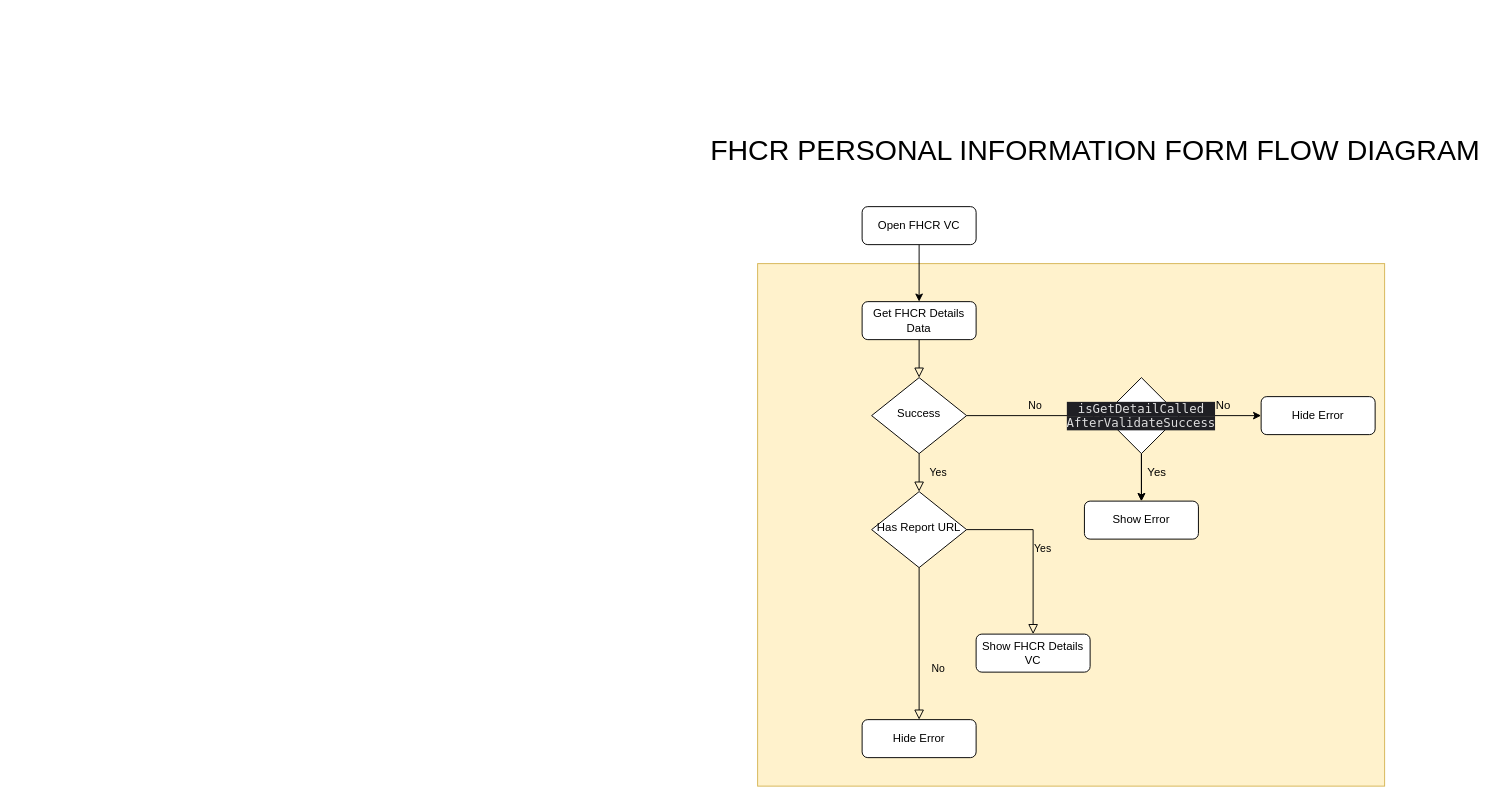
Above: FHCRFlowDiagram.drawio in amit2908/Notes (draw.io), before the change. Source tidied: cells renumbered, new cells numbered last; positions are measured from the earlier drawing's top-left corner, leaving out a move shared by most shapes. Both pictures are drawn from the tidied source at 95%, with x=0, y=0 at pixel (700, 130).
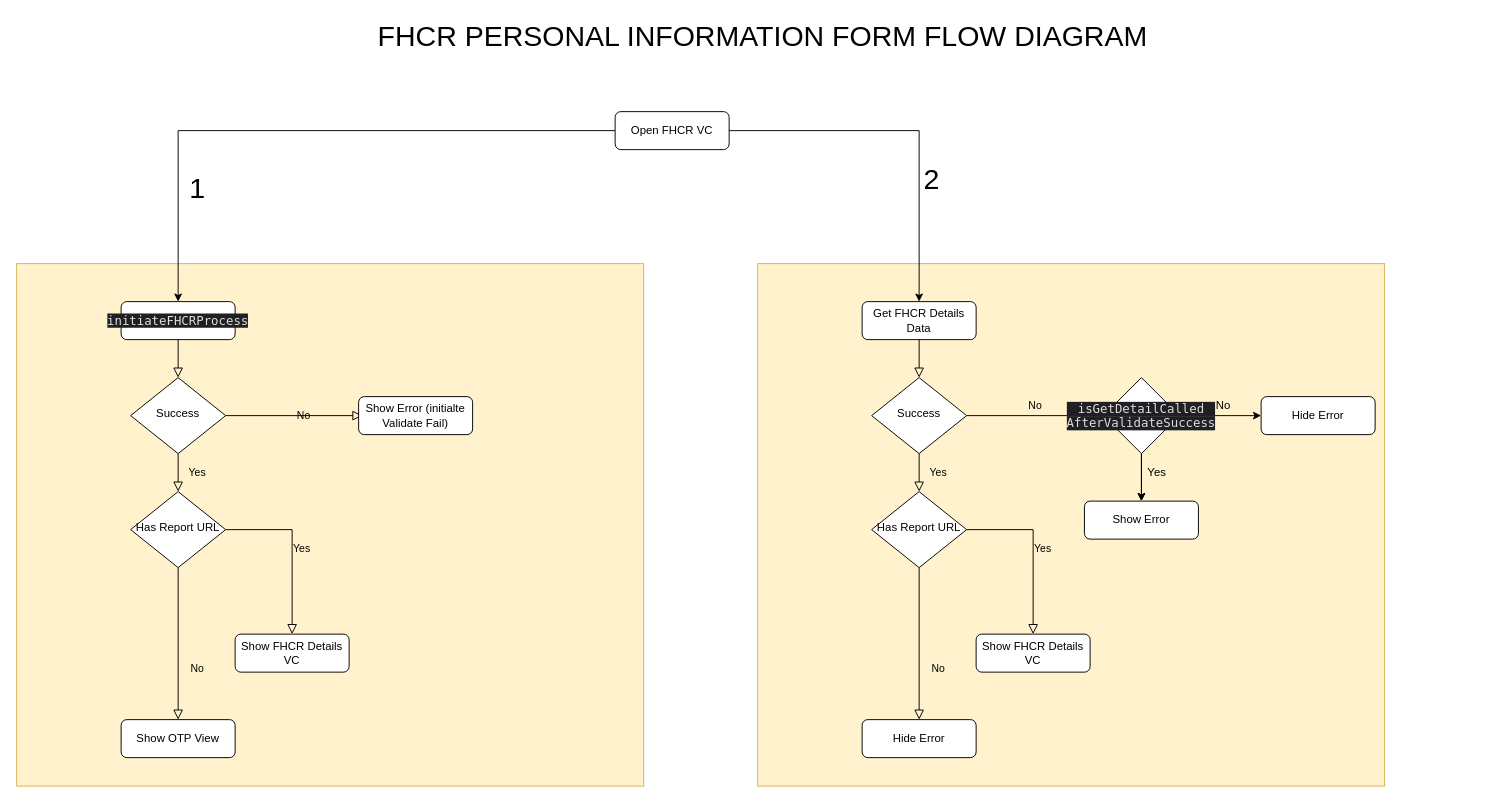
The same page after the edit.

The change refers to these unchanged cells:
```xml
<mxCell id="14" value="Get FHCR Details Data" style="rounded=1;whiteSpace=wrap;html=1;fontSize=12;glass=0;strokeWidth=1;shadow=0;" parent="1" vertex="1">
  <mxGeometry x="170" y="180" width="120" height="40" as="geometry" />
</mxCell>
```

Diff of the diagram source:
```diff
@@
-    <mxCell id="4" style="edgeStyle=orthogonalEdgeStyle;rounded=0;jettySize=auto;html=1;" parent="1" edge="1" source="5" target="14">
+    <mxCell id="4" style="edgeStyle=orthogonalEdgeStyle;rounded=0;jettySize=auto;html=1;exitX=1;exitY=0.5;exitDx=0;exitDy=0;" parent="1" edge="1" source="5" target="14">
       <mxGeometry relative="1" as="geometry" />
     </mxCell>
-    <mxCell id="5" value="Open FHCR VC" style="rounded=1;whiteSpace=wrap;html=1;fontSize=12;glass=0;strokeWidth=1;shadow=0;" parent="1" vertex="1">
-      <mxGeometry x="170" y="80" width="120" height="40" as="geometry" />
-    </mxCell>
@@
     <mxCell id="23" value="FHCR PERSONAL INFORMATION FORM FLOW DIAGRAM" style="text;html=1;align=center;verticalAlign=middle;fontSize=30;" parent="1" vertex="1">
-      <mxGeometry width="830" height="40" as="geometry" />
+      <mxGeometry x="-350" y="-120" width="830" height="40" as="geometry" />
     </mxCell>
+    <mxCell id="24" style="rounded=0;whiteSpace=wrap;html=1;fillColor=#fff2cc;strokeColor=#d6b656;" parent="1" vertex="1">
+      <mxGeometry x="-720" y="140" width="660" height="550" as="geometry" />
+    </mxCell>
+    <mxCell id="25" style="rounded=0;html=1;jettySize=auto;fontSize=11;endArrow=block;endFill=0;endSize=8;strokeWidth=1;shadow=0;labelBackgroundColor=none;edgeStyle=orthogonalEdgeStyle;exitX=0.5;exitY=1;exitDx=0;exitDy=0;" parent="1" edge="1" source="35" target="29">
+      <mxGeometry relative="1" as="geometry" />
+    </mxCell>
+    <mxCell id="26" style="edgeStyle=orthogonalEdgeStyle;rounded=0;jettySize=auto;html=1;" parent="1" edge="1" source="5" target="35">
+      <mxGeometry relative="1" as="geometry" />
+    </mxCell>
+    <mxCell id="5" value="Open FHCR VC" style="rounded=1;whiteSpace=wrap;html=1;fontSize=12;glass=0;strokeWidth=1;shadow=0;" parent="1" vertex="1">
+      <mxGeometry x="-90" y="-20" width="120" height="40" as="geometry" />
+    </mxCell>
+    <mxCell id="27" value="Yes" style="rounded=0;html=1;jettySize=auto;fontSize=11;endArrow=block;endFill=0;endSize=8;strokeWidth=1;shadow=0;labelBackgroundColor=none;edgeStyle=orthogonalEdgeStyle;" parent="1" edge="1" source="29" target="32">
+      <mxGeometry y="20" relative="1" as="geometry" />
+    </mxCell>
+    <mxCell id="28" value="No" style="edgeStyle=orthogonalEdgeStyle;rounded=0;html=1;jettySize=auto;fontSize=11;endArrow=block;endFill=0;endSize=8;strokeWidth=1;shadow=0;labelBackgroundColor=none;entryX=0;entryY=0.5;entryDx=0;entryDy=0;" parent="1" edge="1" source="29">
+      <mxGeometry y="10" relative="1" as="geometry">
+        <mxPoint x="-356" y="300" as="targetPoint" />
+      </mxGeometry>
+    </mxCell>
+    <mxCell id="29" value="Success" style="rhombus;whiteSpace=wrap;html=1;shadow=0;fontFamily=Helvetica;fontSize=12;align=center;strokeWidth=1;spacing=6;spacingTop=-4;" parent="1" vertex="1">
+      <mxGeometry x="-600" y="260" width="100" height="80" as="geometry" />
+    </mxCell>
+    <mxCell id="30" value="No" style="rounded=0;html=1;jettySize=auto;fontSize=11;endArrow=block;endFill=0;endSize=8;strokeWidth=1;shadow=0;labelBackgroundColor=none;edgeStyle=orthogonalEdgeStyle;" parent="1" edge="1" source="32" target="33">
+      <mxGeometry x="0.33" y="20" relative="1" as="geometry" />
+    </mxCell>
+    <mxCell id="31" value="Yes" style="edgeStyle=orthogonalEdgeStyle;rounded=0;html=1;jettySize=auto;fontSize=11;endArrow=block;endFill=0;endSize=8;strokeWidth=1;shadow=0;labelBackgroundColor=none;" parent="1" edge="1" source="32" target="34">
+      <mxGeometry y="10" relative="1" as="geometry" />
+    </mxCell>
+    <mxCell id="32" value="Has Report URL" style="rhombus;whiteSpace=wrap;html=1;shadow=0;fontFamily=Helvetica;fontSize=12;align=center;strokeWidth=1;spacing=6;spacingTop=-4;" parent="1" vertex="1">
+      <mxGeometry x="-600" y="380" width="100" height="80" as="geometry" />
+    </mxCell>
+    <mxCell id="33" value="Show OTP View" style="rounded=1;whiteSpace=wrap;html=1;fontSize=12;glass=0;strokeWidth=1;shadow=0;" parent="1" vertex="1">
+      <mxGeometry x="-610" y="620" width="120" height="40" as="geometry" />
+    </mxCell>
+    <mxCell id="34" value="Show FHCR Details VC" style="rounded=1;whiteSpace=wrap;html=1;fontSize=12;glass=0;strokeWidth=1;shadow=0;" parent="1" vertex="1">
+      <mxGeometry x="-490" y="530" width="120" height="40" as="geometry" />
+    </mxCell>
+    <mxCell id="35" value="&lt;p class=&quot;p1&quot; style=&quot;margin: 0px ; font-stretch: normal ; font-size: 13px ; line-height: normal ; font-family: &amp;#34;menlo&amp;#34; ; color: rgba(255 , 255 , 255 , 0.85) ; background-color: rgb(31 , 31 , 36)&quot;&gt;initiateFHCRProcess&lt;/p&gt;" style="rounded=1;whiteSpace=wrap;html=1;fontSize=12;glass=0;strokeWidth=1;shadow=0;" parent="1" vertex="1">
+      <mxGeometry x="-610" y="180" width="120" height="40" as="geometry" />
+    </mxCell>
+    <mxCell id="36" value="Show Error (initialte Validate Fail)" style="rounded=1;whiteSpace=wrap;html=1;" parent="1" vertex="1">
+      <mxGeometry x="-360" y="280" width="120" height="40" as="geometry" />
+    </mxCell>
+    <mxCell id="37" value="1" style="text;html=1;align=center;verticalAlign=middle;fontSize=30;" parent="1" vertex="1">
+      <mxGeometry x="-545" y="40" width="30" height="40" as="geometry" />
+    </mxCell>
+    <mxCell id="38" value="2" style="text;html=1;align=center;verticalAlign=middle;fontSize=30;" parent="1" vertex="1">
+      <mxGeometry x="228" y="31" width="30" height="40" as="geometry" />
+    </mxCell>
```
